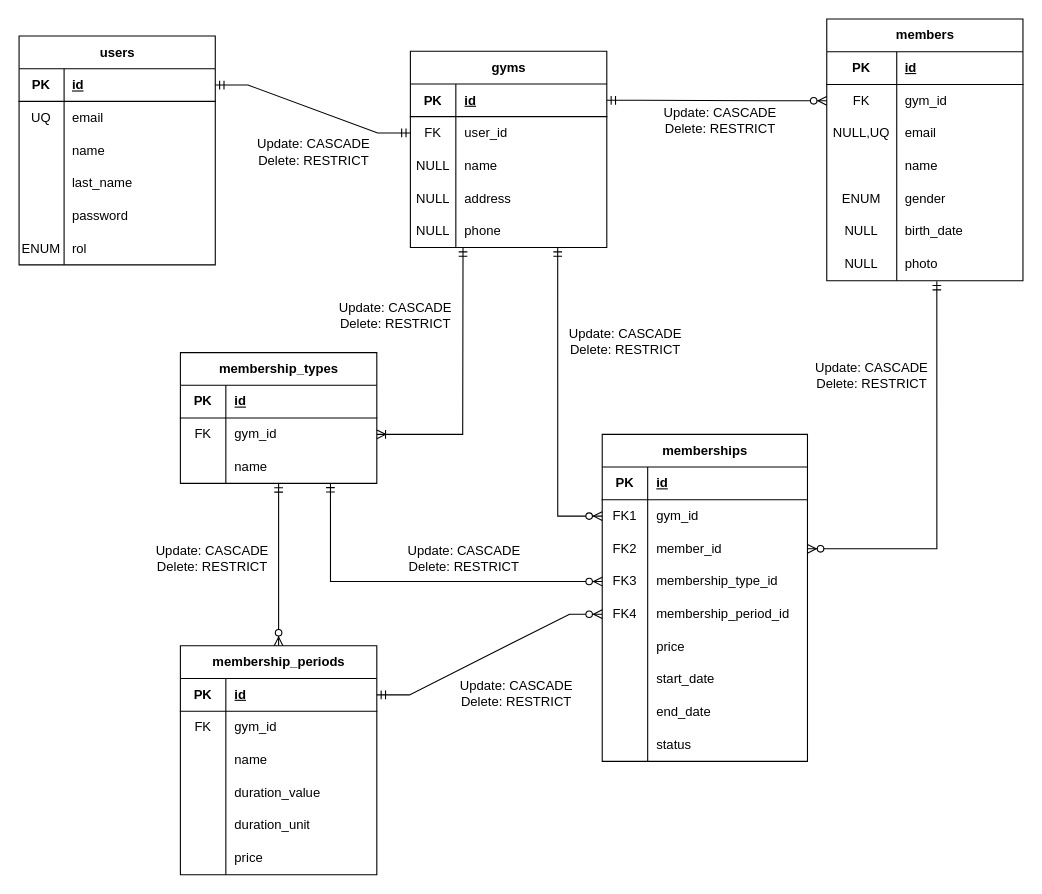
Earlier version of the draw.io diagram docs/logical-design.drawio (hdz-kevin/Trainly). Source tidied: cells renumbered, new cells numbered last; positions are measured from the earlier drawing's top-left corner, leaving out a move shared by most shapes. Both pictures are drawn from the tidied source at 109%, with x=0, y=0 at pixel (19, 19).
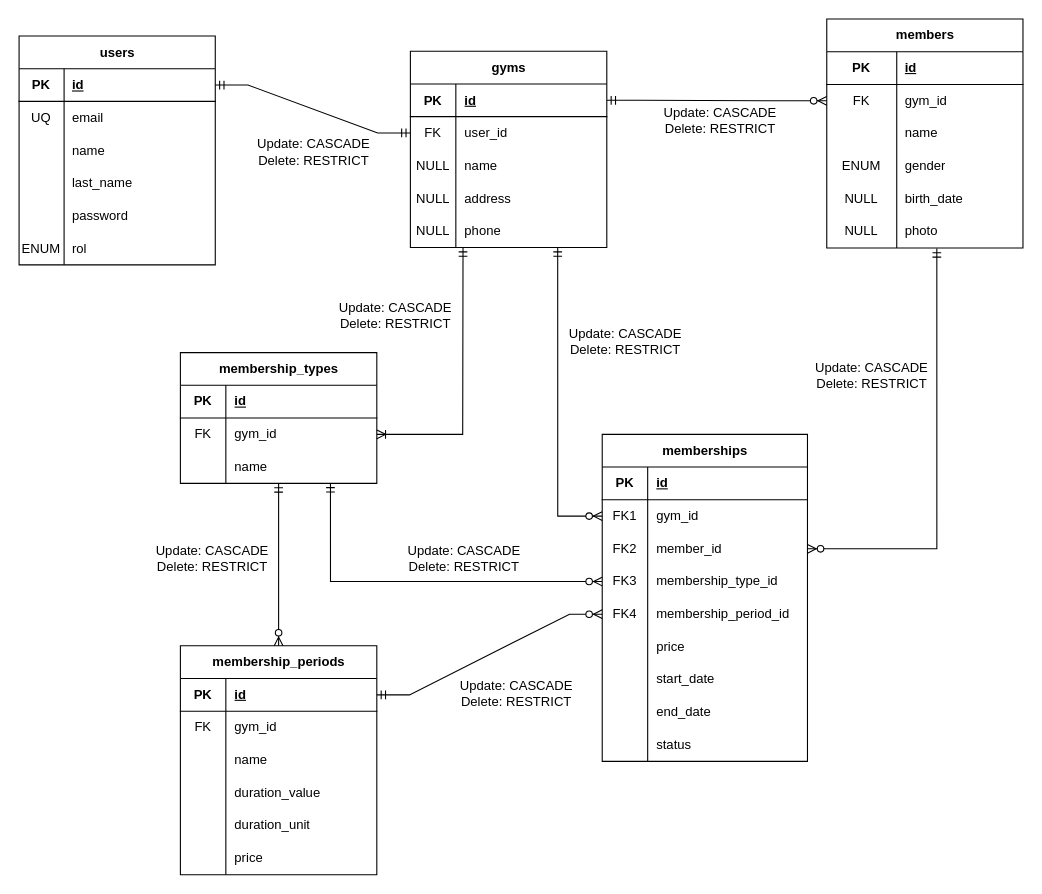
The same page after the edit.

Commit message (it also covers changes not shown here):
remove email from members table

What changed in the source:
```diff
@@
     <mxCell id="39" value="members" style="shape=table;startSize=30;childLayout=tableLayout;rowLines=0;fontStyle=1;align=center;html=1;" parent="1" vertex="1">
-      <mxGeometry x="741" width="180" height="240" as="geometry" />
+      <mxGeometry x="741" width="180" height="210" as="geometry" />
     </mxCell>
@@
-    <mxCell id="46" style="shape=tableRow;horizontal=0;startSize=0;swimlaneHead=0;swimlaneBody=0;fillColor=none;top=0;left=0;right=0;bottom=0;" parent="39" vertex="1">
-      <mxGeometry y="90" width="180" height="30" as="geometry" />
-    </mxCell>
-    <mxCell id="47" value="NULL,UQ" style="shape=partialRectangle;fillColor=none;top=0;left=0;bottom=0;right=0;overflow=hidden;whiteSpace=wrap;html=1;" parent="46" vertex="1">
-      <mxGeometry width="64.2" height="30" as="geometry" />
-    </mxCell>
-    <mxCell id="48" value="email" style="shape=partialRectangle;fillColor=none;top=0;left=0;bottom=0;right=0;align=left;spacingLeft=6;overflow=hidden;whiteSpace=wrap;html=1;" parent="46" vertex="1">
-      <mxGeometry x="64.2" width="115.8" height="30" as="geometry" />
-    </mxCell>
     <mxCell id="49" style="shape=tableRow;horizontal=0;startSize=0;swimlaneHead=0;swimlaneBody=0;fillColor=none;top=0;left=0;right=0;bottom=0;" parent="39" vertex="1">
-      <mxGeometry y="120" width="180" height="30" as="geometry" />
+      <mxGeometry y="90" width="180" height="30" as="geometry" />
     </mxCell>
@@
     <mxCell id="52" style="shape=tableRow;horizontal=0;startSize=0;swimlaneHead=0;swimlaneBody=0;fillColor=none;top=0;left=0;right=0;bottom=0;" parent="39" vertex="1">
-      <mxGeometry y="150" width="180" height="30" as="geometry" />
+      <mxGeometry y="120" width="180" height="30" as="geometry" />
     </mxCell>
@@
     <mxCell id="55" style="shape=tableRow;horizontal=0;startSize=0;swimlaneHead=0;swimlaneBody=0;fillColor=none;top=0;left=0;right=0;bottom=0;" parent="39" vertex="1">
-      <mxGeometry y="180" width="180" height="30" as="geometry" />
+      <mxGeometry y="150" width="180" height="30" as="geometry" />
     </mxCell>
@@
     <mxCell id="58" style="shape=tableRow;horizontal=0;startSize=0;swimlaneHead=0;swimlaneBody=0;fillColor=none;points=[[0,0.5],[1,0.5]];portConstraint=eastwest;top=0;left=0;right=0;bottom=0;" parent="39" vertex="1">
-      <mxGeometry y="210" width="180" height="30" as="geometry" />
+      <mxGeometry y="180" width="180" height="30" as="geometry" />
     </mxCell>
```
